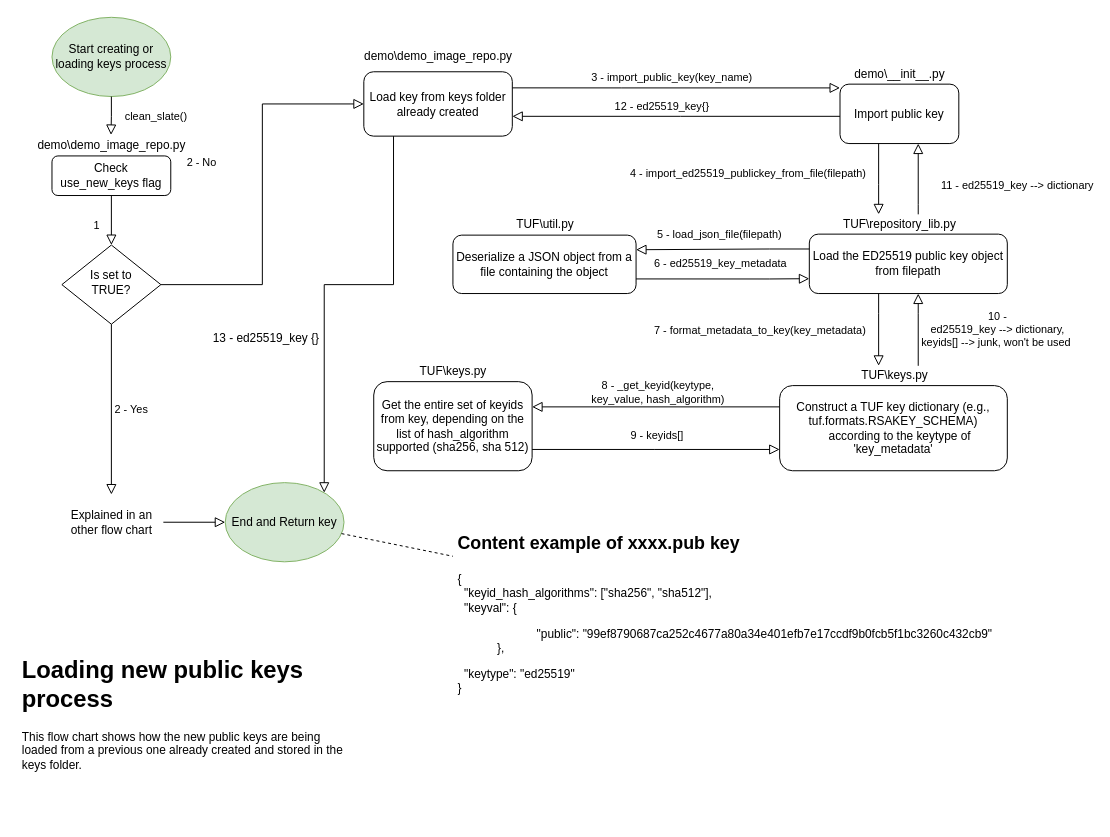
Before: logs/diagrams/load_public_key.drawio in Joan95/TFM, a draw.io diagram. Source tidied: cells renumbered, new cells numbered last; positions are measured from the earlier drawing's top-left corner, leaving out a move shared by most shapes. Both pictures are drawn from the tidied source at 99%, with x=0, y=0 at pixel (17, 17).
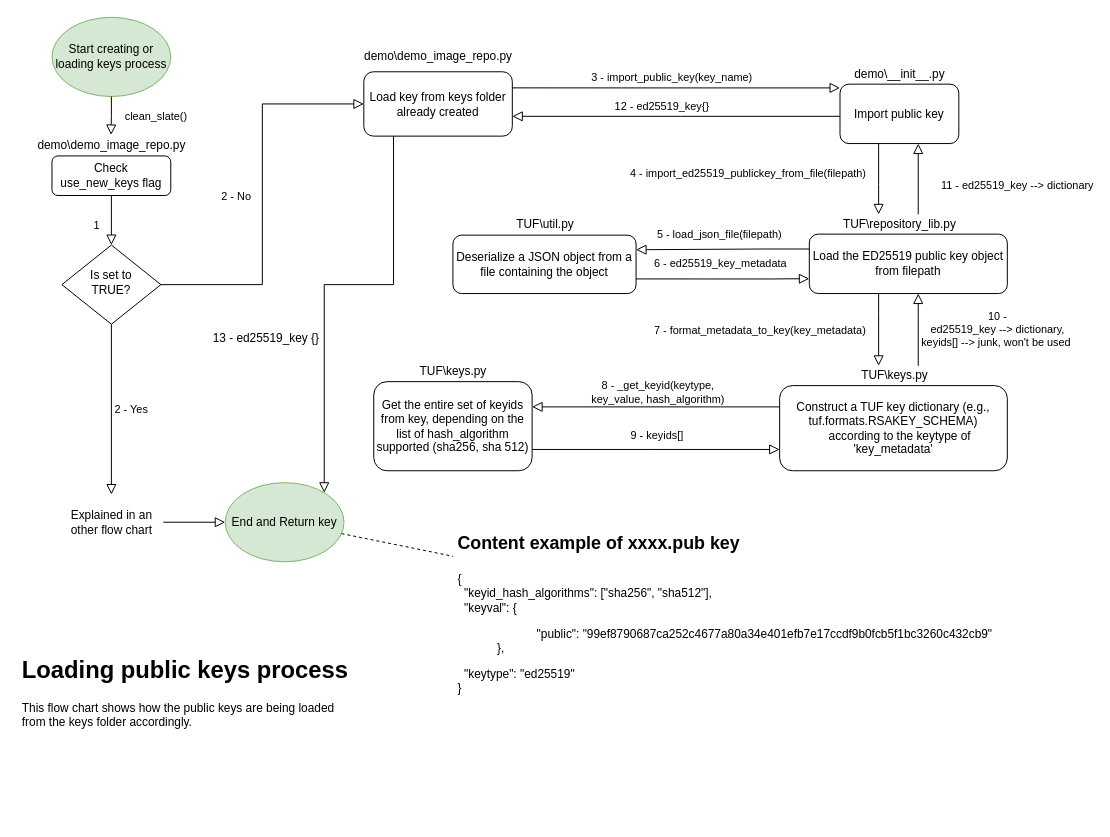
After the change.

The change refers to these unchanged cells:
```xml
<mxCell id="6" value="Is set to&lt;br&gt;TRUE?" style="rhombus;whiteSpace=wrap;html=1;shadow=0;fontFamily=Helvetica;fontSize=12;align=center;strokeWidth=1;spacing=6;spacingTop=-4;" parent="1" vertex="1">
  <mxGeometry x="45" y="230" width="100" height="80" as="geometry" />
</mxCell>
<mxCell id="7" value="Load key from keys folder already created" style="rounded=1;whiteSpace=wrap;html=1;fontSize=12;glass=0;strokeWidth=1;shadow=0;" parent="1" vertex="1">
  <mxGeometry x="350" y="55" width="150" height="65" as="geometry" />
</mxCell>
```

What changed in the source:
```diff
@@
     <mxCell id="5" value="2 - No" style="edgeStyle=orthogonalEdgeStyle;rounded=0;html=1;jettySize=auto;fontSize=11;endArrow=block;endFill=0;endSize=8;strokeWidth=1;shadow=0;labelBackgroundColor=none;entryX=0;entryY=0.5;entryDx=0;entryDy=0;exitX=1;exitY=0.5;exitDx=0;exitDy=0;" parent="1" edge="1" source="6" target="7">
-      <mxGeometry x="0.28" y="32" relative="1" as="geometry">
-        <mxPoint x="-30" y="22" as="offset" />
+      <mxGeometry x="-0.01" y="28" relative="1" as="geometry">
+        <mxPoint x="1" as="offset" />
       </mxGeometry>
     </mxCell>
@@
-    <mxCell id="13" value="&lt;h1&gt;Loading new public keys process&lt;/h1&gt;&lt;p&gt;This flow chart shows how the new public keys are being loaded from a previous one already created and stored in the keys folder.&lt;/p&gt;" style="text;html=1;strokeColor=none;fillColor=none;spacing=5;spacingTop=-20;whiteSpace=wrap;overflow=hidden;rounded=0;" parent="1" vertex="1">
+    <mxCell id="13" value="&lt;h1&gt;Loading public keys process&lt;/h1&gt;&lt;p&gt;This flow chart shows how the public keys are being loaded from the keys folder accordingly.&lt;/p&gt;" style="text;html=1;strokeColor=none;fillColor=none;spacing=5;spacingTop=-20;whiteSpace=wrap;overflow=hidden;rounded=0;" parent="1" vertex="1">
       <mxGeometry y="640" width="340" height="170" as="geometry" />
     </mxCell>
```
